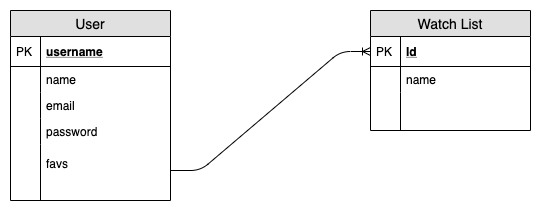
ferrancl/skylab-bootcamp-202001 keeps this draw.io diagram as staff/groups/ghibli-group/ghibli-app/documentation/images/ghibli-data-model.png. Above is the earlier version. Source tidied: cells renumbered, new cells last; positions are measured from the earlier drawing's top-left corner, leaving out a move shared by most shapes.
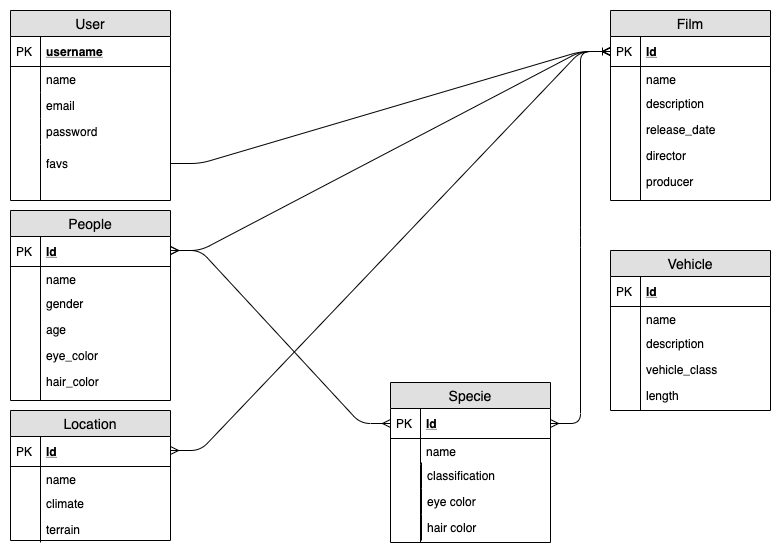
The same file after the commit.

Commit message:
modification data-model

What changed in the source:
```diff
@@ -41,8 +41,8 @@
     <mxCell id="14" style="shape=partialRectangle;top=0;left=0;bottom=0;fillColor=none;align=left;verticalAlign=top;spacingLeft=4;spacingRight=4;overflow=hidden;fontSize=12;" parent="13" vertex="1">
       <mxGeometry width="30" height="26" as="geometry" />
     </mxCell>
-    <mxCell id="15" value="Watch List" style="swimlane;fontStyle=0;horizontal=1;startSize=26;fillColor=#e0e0e0;swimlaneFillColor=#ffffff;align=center;fontSize=14;" parent="1" vertex="1">
-      <mxGeometry x="360" width="160" height="120" as="geometry" />
+    <mxCell id="15" value="Film" style="swimlane;fontStyle=0;horizontal=1;startSize=26;fillColor=#e0e0e0;swimlaneFillColor=#ffffff;align=center;fontSize=14;" parent="1" vertex="1">
+      <mxGeometry x="600" width="160" height="190" as="geometry" />
     </mxCell>
     <mxCell id="16" value="Id" style="shape=partialRectangle;top=0;left=0;right=0;bottom=1;align=left;verticalAlign=middle;fillColor=none;spacingLeft=34;spacingRight=4;overflow=hidden;points=[[0,0.5],[1,0.5]];portConstraint=eastwest;fontStyle=5;fontSize=12;" parent="15" vertex="1">
       <mxGeometry y="26" width="160" height="30" as="geometry" />
@@ -57,15 +57,211 @@
       <mxGeometry width="30" height="26" as="geometry" />
     </mxCell>
     <mxCell id="20" style="shape=partialRectangle;top=0;left=0;right=0;bottom=0;align=left;verticalAlign=top;fillColor=none;spacingLeft=34;spacingRight=4;overflow=hidden;fontSize=12;" parent="15" vertex="1">
-      <mxGeometry y="82" width="160" height="38" as="geometry" />
+      <mxGeometry y="82" width="160" height="108" as="geometry" />
     </mxCell>
     <mxCell id="21" style="shape=partialRectangle;top=0;left=0;bottom=0;fillColor=none;align=left;verticalAlign=top;spacingLeft=4;spacingRight=4;overflow=hidden;fontSize=12;" parent="20" vertex="1">
-      <mxGeometry width="30" height="38" as="geometry" />
+      <mxGeometry width="30" height="108" as="geometry" />
     </mxCell>
-    <mxCell id="22" style="edgeStyle=entityRelationEdgeStyle;fontSize=12;html=1;endArrow=ERoneToMany;entryX=0;entryY=0.5;entryDx=0;entryDy=0;" parent="1" edge="1" target="16">
-      <mxGeometry relative="1" as="geometry">
-        <mxPoint x="160" y="160" as="sourcePoint" />
-      </mxGeometry>
+    <mxCell id="22" style="edgeStyle=entityRelationEdgeStyle;fontSize=12;html=1;endArrow=ERoneToMany;entryX=0;entryY=0.5;entryDx=0;entryDy=0;exitX=1;exitY=0.5;exitDx=0;exitDy=0;" parent="1" edge="1" source="13" target="16">
+      <mxGeometry relative="1" as="geometry" />
     </mxCell>
+    <mxCell id="23" value="description&#10;" style="shape=partialRectangle;top=0;left=0;right=0;bottom=0;align=left;verticalAlign=top;fillColor=none;spacingLeft=34;spacingRight=4;overflow=hidden;fontSize=12;" parent="1" vertex="1">
+      <mxGeometry x="600" y="80" width="160" height="26" as="geometry" />
+    </mxCell>
+    <mxCell id="24" style="shape=partialRectangle;top=0;left=0;bottom=0;fillColor=none;align=left;verticalAlign=top;spacingLeft=4;spacingRight=4;overflow=hidden;fontSize=12;" parent="23" vertex="1">
+      <mxGeometry width="30" height="26" as="geometry" />
+    </mxCell>
+    <mxCell id="25" value="release_date" style="shape=partialRectangle;top=0;left=0;right=0;bottom=0;align=left;verticalAlign=top;fillColor=none;spacingLeft=34;spacingRight=4;overflow=hidden;fontSize=12;" parent="1" vertex="1">
+      <mxGeometry x="600" y="106" width="160" height="26" as="geometry" />
+    </mxCell>
+    <mxCell id="26" style="shape=partialRectangle;top=0;left=0;bottom=0;fillColor=none;align=left;verticalAlign=top;spacingLeft=4;spacingRight=4;overflow=hidden;fontSize=12;" parent="25" vertex="1">
+      <mxGeometry width="30" height="26" as="geometry" />
+    </mxCell>
+    <mxCell id="27" value="director" style="shape=partialRectangle;top=0;left=0;right=0;bottom=0;align=left;verticalAlign=top;fillColor=none;spacingLeft=34;spacingRight=4;overflow=hidden;fontSize=12;" parent="1" vertex="1">
+      <mxGeometry x="600" y="132" width="160" height="26" as="geometry" />
+    </mxCell>
+    <mxCell id="28" style="shape=partialRectangle;top=0;left=0;bottom=0;fillColor=none;align=left;verticalAlign=top;spacingLeft=4;spacingRight=4;overflow=hidden;fontSize=12;" parent="27" vertex="1">
+      <mxGeometry width="30" height="26" as="geometry" />
+    </mxCell>
+    <mxCell id="29" value="producer" style="shape=partialRectangle;top=0;left=0;right=0;bottom=0;align=left;verticalAlign=top;fillColor=none;spacingLeft=34;spacingRight=4;overflow=hidden;fontSize=12;" parent="1" vertex="1">
+      <mxGeometry x="600" y="158" width="160" height="26" as="geometry" />
+    </mxCell>
+    <mxCell id="30" style="shape=partialRectangle;top=0;left=0;bottom=0;fillColor=none;align=left;verticalAlign=top;spacingLeft=4;spacingRight=4;overflow=hidden;fontSize=12;" parent="29" vertex="1">
+      <mxGeometry width="30" height="26" as="geometry" />
+    </mxCell>
+    <mxCell id="31" value="People" style="swimlane;fontStyle=0;horizontal=1;startSize=26;fillColor=#e0e0e0;swimlaneFillColor=#ffffff;align=center;fontSize=14;" parent="1" vertex="1">
+      <mxGeometry y="200" width="160" height="190" as="geometry" />
+    </mxCell>
+    <mxCell id="32" value="Id" style="shape=partialRectangle;top=0;left=0;right=0;bottom=1;align=left;verticalAlign=middle;fillColor=none;spacingLeft=34;spacingRight=4;overflow=hidden;fontStyle=5;fontSize=12;" parent="31" vertex="1">
+      <mxGeometry y="26" width="160" height="30" as="geometry" />
+    </mxCell>
+    <mxCell id="33" value="PK" style="shape=partialRectangle;top=0;left=0;bottom=0;fillColor=none;align=left;verticalAlign=middle;spacingLeft=4;spacingRight=4;overflow=hidden;fontSize=12;" parent="32" vertex="1">
+      <mxGeometry width="30" height="30" as="geometry" />
+    </mxCell>
+    <mxCell id="34" value="name" style="shape=partialRectangle;top=0;left=0;right=0;bottom=0;align=left;verticalAlign=top;fillColor=none;spacingLeft=34;spacingRight=4;overflow=hidden;fontSize=12;" parent="31" vertex="1">
+      <mxGeometry y="56" width="160" height="26" as="geometry" />
+    </mxCell>
+    <mxCell id="35" style="shape=partialRectangle;top=0;left=0;bottom=0;fillColor=none;align=left;verticalAlign=top;spacingLeft=4;spacingRight=4;overflow=hidden;fontSize=12;" parent="34" vertex="1">
+      <mxGeometry width="30" height="26" as="geometry" />
+    </mxCell>
+    <mxCell id="36" style="shape=partialRectangle;top=0;left=0;right=0;bottom=0;align=left;verticalAlign=top;fillColor=none;spacingLeft=34;spacingRight=4;overflow=hidden;fontSize=12;" parent="31" vertex="1">
+      <mxGeometry y="82" width="160" height="108" as="geometry" />
+    </mxCell>
+    <mxCell id="37" style="shape=partialRectangle;top=0;left=0;bottom=0;fillColor=none;align=left;verticalAlign=top;spacingLeft=4;spacingRight=4;overflow=hidden;fontSize=12;" parent="36" vertex="1">
+      <mxGeometry width="30" height="108" as="geometry" />
+    </mxCell>
+    <mxCell id="38" value="gender" style="shape=partialRectangle;top=0;left=0;right=0;bottom=0;align=left;verticalAlign=top;fillColor=none;spacingLeft=34;spacingRight=4;overflow=hidden;fontSize=12;" parent="1" vertex="1">
+      <mxGeometry y="280" width="160" height="26" as="geometry" />
+    </mxCell>
+    <mxCell id="39" style="shape=partialRectangle;top=0;left=0;bottom=0;fillColor=none;align=left;verticalAlign=top;spacingLeft=4;spacingRight=4;overflow=hidden;fontSize=12;" parent="38" vertex="1">
+      <mxGeometry width="30" height="26" as="geometry" />
+    </mxCell>
+    <mxCell id="40" value="age" style="shape=partialRectangle;top=0;left=0;right=0;bottom=0;align=left;verticalAlign=top;fillColor=none;spacingLeft=34;spacingRight=4;overflow=hidden;fontSize=12;" parent="1" vertex="1">
+      <mxGeometry y="306" width="160" height="26" as="geometry" />
+    </mxCell>
+    <mxCell id="41" style="shape=partialRectangle;top=0;left=0;bottom=0;fillColor=none;align=left;verticalAlign=top;spacingLeft=4;spacingRight=4;overflow=hidden;fontSize=12;" parent="40" vertex="1">
+      <mxGeometry width="30" height="26" as="geometry" />
+    </mxCell>
+    <mxCell id="42" value="eye_color" style="shape=partialRectangle;top=0;left=0;right=0;bottom=0;align=left;verticalAlign=top;fillColor=none;spacingLeft=34;spacingRight=4;overflow=hidden;fontSize=12;" parent="1" vertex="1">
+      <mxGeometry y="332" width="160" height="26" as="geometry" />
+    </mxCell>
+    <mxCell id="43" style="shape=partialRectangle;top=0;left=0;bottom=0;fillColor=none;align=left;verticalAlign=top;spacingLeft=4;spacingRight=4;overflow=hidden;fontSize=12;" parent="42" vertex="1">
+      <mxGeometry width="30" height="26" as="geometry" />
+    </mxCell>
+    <mxCell id="44" value="hair_color" style="shape=partialRectangle;top=0;left=0;right=0;bottom=0;align=left;verticalAlign=top;fillColor=none;spacingLeft=34;spacingRight=4;overflow=hidden;fontSize=12;" parent="1" vertex="1">
+      <mxGeometry y="358" width="160" height="26" as="geometry" />
+    </mxCell>
+    <mxCell id="45" style="shape=partialRectangle;top=0;left=0;bottom=0;fillColor=none;align=left;verticalAlign=top;spacingLeft=4;spacingRight=4;overflow=hidden;fontSize=12;" parent="44" vertex="1">
+      <mxGeometry width="30" height="26" as="geometry" />
+    </mxCell>
+    <mxCell id="46" style="edgeStyle=entityRelationEdgeStyle;fontSize=12;html=1;endArrow=ERmany;startArrow=ERmany;entryX=0;entryY=0.5;entryDx=0;entryDy=0;" parent="1" edge="1" target="16">
+      <mxGeometry relative="1" as="geometry">
+        <mxPoint x="160" y="240" as="sourcePoint" />
+      </mxGeometry>
+    </mxCell>
+    <mxCell id="47" value="Location" style="swimlane;fontStyle=0;horizontal=1;startSize=26;fillColor=#e0e0e0;swimlaneFillColor=#ffffff;align=center;fontSize=14;" parent="1" vertex="1">
+      <mxGeometry y="400" width="160" height="130" as="geometry" />
+    </mxCell>
+    <mxCell id="48" value="Id" style="shape=partialRectangle;top=0;left=0;right=0;bottom=1;align=left;verticalAlign=middle;fillColor=none;spacingLeft=34;spacingRight=4;overflow=hidden;fontStyle=5;fontSize=12;" parent="47" vertex="1">
+      <mxGeometry y="26" width="160" height="30" as="geometry" />
+    </mxCell>
+    <mxCell id="49" value="PK" style="shape=partialRectangle;top=0;left=0;bottom=0;fillColor=none;align=left;verticalAlign=middle;spacingLeft=4;spacingRight=4;overflow=hidden;fontSize=12;" parent="48" vertex="1">
+      <mxGeometry width="30" height="30" as="geometry" />
+    </mxCell>
+    <mxCell id="50" value="name" style="shape=partialRectangle;top=0;left=0;right=0;bottom=0;align=left;verticalAlign=top;fillColor=none;spacingLeft=34;spacingRight=4;overflow=hidden;fontSize=12;" parent="47" vertex="1">
+      <mxGeometry y="56" width="160" height="26" as="geometry" />
+    </mxCell>
+    <mxCell id="51" style="shape=partialRectangle;top=0;left=0;bottom=0;fillColor=none;align=left;verticalAlign=top;spacingLeft=4;spacingRight=4;overflow=hidden;fontSize=12;" parent="50" vertex="1">
+      <mxGeometry width="30" height="26" as="geometry" />
+    </mxCell>
+    <mxCell id="52" style="shape=partialRectangle;top=0;left=0;right=0;bottom=0;align=left;verticalAlign=top;fillColor=none;spacingLeft=34;spacingRight=4;overflow=hidden;fontSize=12;" parent="47" vertex="1">
+      <mxGeometry y="82" width="160" height="48" as="geometry" />
+    </mxCell>
+    <mxCell id="53" style="shape=partialRectangle;top=0;left=0;bottom=0;fillColor=none;align=left;verticalAlign=top;spacingLeft=4;spacingRight=4;overflow=hidden;fontSize=12;" parent="52" vertex="1">
+      <mxGeometry width="30" height="48" as="geometry" />
+    </mxCell>
+    <mxCell id="54" value="climate" style="shape=partialRectangle;top=0;left=0;right=0;bottom=0;align=left;verticalAlign=top;fillColor=none;spacingLeft=34;spacingRight=4;overflow=hidden;fontSize=12;" parent="1" vertex="1">
+      <mxGeometry y="480" width="160" height="26" as="geometry" />
+    </mxCell>
+    <mxCell id="55" style="shape=partialRectangle;top=0;left=0;bottom=0;fillColor=none;align=left;verticalAlign=top;spacingLeft=4;spacingRight=4;overflow=hidden;fontSize=12;" parent="54" vertex="1">
+      <mxGeometry width="30" height="26" as="geometry" />
+    </mxCell>
+    <mxCell id="56" value="terrain" style="shape=partialRectangle;top=0;left=0;right=0;bottom=0;align=left;verticalAlign=top;fillColor=none;spacingLeft=34;spacingRight=4;overflow=hidden;fontSize=12;" parent="1" vertex="1">
+      <mxGeometry y="506" width="160" height="26" as="geometry" />
+    </mxCell>
+    <mxCell id="57" style="shape=partialRectangle;top=0;left=0;bottom=0;fillColor=none;align=left;verticalAlign=top;spacingLeft=4;spacingRight=4;overflow=hidden;fontSize=12;" parent="56" vertex="1">
+      <mxGeometry width="30" height="26" as="geometry" />
+    </mxCell>
+    <mxCell id="58" style="edgeStyle=entityRelationEdgeStyle;fontSize=12;html=1;endArrow=ERmany;startArrow=ERmany;entryX=0;entryY=0.5;entryDx=0;entryDy=0;" parent="1" edge="1" target="16">
+      <mxGeometry relative="1" as="geometry">
+        <mxPoint x="160" y="440" as="sourcePoint" />
+      </mxGeometry>
+    </mxCell>
+    <mxCell id="59" value="Specie" style="swimlane;fontStyle=0;horizontal=1;startSize=26;fillColor=#e0e0e0;swimlaneFillColor=#ffffff;align=center;fontSize=14;" parent="1" vertex="1">
+      <mxGeometry x="380" y="372" width="160" height="160" as="geometry" />
+    </mxCell>
+    <mxCell id="60" value="Id" style="shape=partialRectangle;top=0;left=0;right=0;bottom=1;align=left;verticalAlign=middle;fillColor=none;spacingLeft=34;spacingRight=4;overflow=hidden;points=[[0,0.5],[1,0.5]];portConstraint=eastwest;fontStyle=5;fontSize=12;" parent="59" vertex="1">
+      <mxGeometry y="26" width="160" height="30" as="geometry" />
+    </mxCell>
+    <mxCell id="61" value="PK" style="shape=partialRectangle;top=0;left=0;bottom=0;fillColor=none;align=left;verticalAlign=middle;spacingLeft=4;spacingRight=4;overflow=hidden;fontSize=12;" parent="60" vertex="1">
+      <mxGeometry width="30" height="30" as="geometry" />
+    </mxCell>
+    <mxCell id="62" value="name" style="shape=partialRectangle;top=0;left=0;right=0;bottom=0;align=left;verticalAlign=top;fillColor=none;spacingLeft=34;spacingRight=4;overflow=hidden;fontSize=12;" parent="59" vertex="1">
+      <mxGeometry y="56" width="160" height="26" as="geometry" />
+    </mxCell>
+    <mxCell id="63" style="shape=partialRectangle;top=0;left=0;bottom=0;fillColor=none;align=left;verticalAlign=top;spacingLeft=4;spacingRight=4;overflow=hidden;fontSize=12;" parent="62" vertex="1">
+      <mxGeometry width="30" height="26" as="geometry" />
+    </mxCell>
+    <mxCell id="64" style="shape=partialRectangle;top=0;left=0;right=0;bottom=0;align=left;verticalAlign=top;fillColor=none;spacingLeft=34;spacingRight=4;overflow=hidden;fontSize=12;" parent="59" vertex="1">
+      <mxGeometry y="82" width="160" height="78" as="geometry" />
+    </mxCell>
+    <mxCell id="65" style="shape=partialRectangle;top=0;left=0;bottom=0;fillColor=none;align=left;verticalAlign=top;spacingLeft=4;spacingRight=4;overflow=hidden;fontSize=12;" parent="64" vertex="1">
+      <mxGeometry width="30" height="78" as="geometry" />
+    </mxCell>
+    <mxCell id="66" value="classification" style="shape=partialRectangle;top=0;left=0;right=0;bottom=0;align=left;verticalAlign=top;fillColor=none;spacingLeft=34;spacingRight=4;overflow=hidden;fontSize=12;" parent="1" vertex="1">
+      <mxGeometry x="381" y="452" width="160" height="26" as="geometry" />
+    </mxCell>
+    <mxCell id="67" style="shape=partialRectangle;top=0;left=0;bottom=0;fillColor=none;align=left;verticalAlign=top;spacingLeft=4;spacingRight=4;overflow=hidden;fontSize=12;" parent="66" vertex="1">
+      <mxGeometry width="30" height="26" as="geometry" />
+    </mxCell>
+    <mxCell id="68" value="eye color" style="shape=partialRectangle;top=0;left=0;right=0;bottom=0;align=left;verticalAlign=top;fillColor=none;spacingLeft=34;spacingRight=4;overflow=hidden;fontSize=12;" parent="1" vertex="1">
+      <mxGeometry x="381" y="478" width="160" height="26" as="geometry" />
+    </mxCell>
+    <mxCell id="69" style="shape=partialRectangle;top=0;left=0;bottom=0;fillColor=none;align=left;verticalAlign=top;spacingLeft=4;spacingRight=4;overflow=hidden;fontSize=12;" parent="68" vertex="1">
+      <mxGeometry width="30" height="26" as="geometry" />
+    </mxCell>
+    <mxCell id="70" value="hair color" style="shape=partialRectangle;top=0;left=0;right=0;bottom=0;align=left;verticalAlign=top;fillColor=none;spacingLeft=34;spacingRight=4;overflow=hidden;fontSize=12;" parent="1" vertex="1">
+      <mxGeometry x="381" y="504" width="160" height="26" as="geometry" />
+    </mxCell>
+    <mxCell id="71" style="shape=partialRectangle;top=0;left=0;bottom=0;fillColor=none;align=left;verticalAlign=top;spacingLeft=4;spacingRight=4;overflow=hidden;fontSize=12;" parent="70" vertex="1">
+      <mxGeometry width="30" height="26" as="geometry" />
+    </mxCell>
+    <mxCell id="72" style="edgeStyle=entityRelationEdgeStyle;fontSize=12;html=1;endArrow=ERmany;startArrow=ERmany;entryX=0;entryY=0.5;entryDx=0;entryDy=0;" parent="1" edge="1" target="60">
+      <mxGeometry relative="1" as="geometry">
+        <mxPoint x="160" y="240" as="sourcePoint" />
+      </mxGeometry>
+    </mxCell>
+    <mxCell id="73" style="edgeStyle=entityRelationEdgeStyle;fontSize=12;html=1;endArrow=ERmany;startArrow=ERmany;entryX=0;entryY=0.5;entryDx=0;entryDy=0;" parent="1" edge="1" source="60" target="16">
+      <mxGeometry relative="1" as="geometry" />
+    </mxCell>
+    <mxCell id="74" value="Vehicle" style="swimlane;fontStyle=0;horizontal=1;startSize=26;fillColor=#e0e0e0;swimlaneFillColor=#ffffff;align=center;fontSize=14;" parent="1" vertex="1">
+      <mxGeometry x="600" y="240" width="160" height="160" as="geometry" />
+    </mxCell>
+    <mxCell id="75" value="Id" style="shape=partialRectangle;top=0;left=0;right=0;bottom=1;align=left;verticalAlign=middle;fillColor=none;spacingLeft=34;spacingRight=4;overflow=hidden;fontStyle=5;fontSize=12;" parent="74" vertex="1">
+      <mxGeometry y="26" width="160" height="30" as="geometry" />
+    </mxCell>
+    <mxCell id="76" value="PK" style="shape=partialRectangle;top=0;left=0;bottom=0;fillColor=none;align=left;verticalAlign=middle;spacingLeft=4;spacingRight=4;overflow=hidden;fontSize=12;" parent="75" vertex="1">
+      <mxGeometry width="30" height="30" as="geometry" />
+    </mxCell>
+    <mxCell id="77" value="name" style="shape=partialRectangle;top=0;left=0;right=0;bottom=0;align=left;verticalAlign=top;fillColor=none;spacingLeft=34;spacingRight=4;overflow=hidden;fontSize=12;" parent="74" vertex="1">
+      <mxGeometry y="56" width="160" height="26" as="geometry" />
+    </mxCell>
+    <mxCell id="78" style="shape=partialRectangle;top=0;left=0;bottom=0;fillColor=none;align=left;verticalAlign=top;spacingLeft=4;spacingRight=4;overflow=hidden;fontSize=12;" parent="77" vertex="1">
+      <mxGeometry width="30" height="26" as="geometry" />
+    </mxCell>
+    <mxCell id="79" style="shape=partialRectangle;top=0;left=0;right=0;bottom=0;align=left;verticalAlign=top;fillColor=none;spacingLeft=34;spacingRight=4;overflow=hidden;fontSize=12;" parent="74" vertex="1">
+      <mxGeometry y="82" width="160" height="78" as="geometry" />
+    </mxCell>
+    <mxCell id="80" style="shape=partialRectangle;top=0;left=0;bottom=0;fillColor=none;align=left;verticalAlign=top;spacingLeft=4;spacingRight=4;overflow=hidden;fontSize=12;" parent="79" vertex="1">
+      <mxGeometry width="30" height="78" as="geometry" />
+    </mxCell>
+    <mxCell id="81" value="description&#10;" style="shape=partialRectangle;top=0;left=0;right=0;bottom=0;align=left;verticalAlign=top;fillColor=none;spacingLeft=34;spacingRight=4;overflow=hidden;fontSize=12;" parent="1" vertex="1">
+      <mxGeometry x="600" y="320" width="160" height="26" as="geometry" />
+    </mxCell>
+    <mxCell id="82" style="shape=partialRectangle;top=0;left=0;bottom=0;fillColor=none;align=left;verticalAlign=top;spacingLeft=4;spacingRight=4;overflow=hidden;fontSize=12;" parent="81" vertex="1">
+      <mxGeometry width="30" height="26" as="geometry" />
+    </mxCell>
+    <mxCell id="83" value="vehicle_class" style="shape=partialRectangle;top=0;left=0;right=0;bottom=0;align=left;verticalAlign=top;fillColor=none;spacingLeft=34;spacingRight=4;overflow=hidden;fontSize=12;" parent="1" vertex="1">
+      <mxGeometry x="600" y="346" width="160" height="26" as="geometry" />
+    </mxCell>
+    <mxCell id="84" style="shape=partialRectangle;top=0;left=0;bottom=0;fillColor=none;align=left;verticalAlign=top;spacingLeft=4;spacingRight=4;overflow=hidden;fontSize=12;" parent="83" vertex="1">
+      <mxGeometry width="30" height="26" as="geometry" />
+    </mxCell>
+    <mxCell id="85" value="length" style="shape=partialRectangle;top=0;left=0;right=0;bottom=0;align=left;verticalAlign=top;fillColor=none;spacingLeft=34;spacingRight=4;overflow=hidden;fontSize=12;" parent="1" vertex="1">
+      <mxGeometry x="600" y="372" width="160" height="26" as="geometry" />
+    </mxCell>
+    <mxCell id="86" style="shape=partialRectangle;top=0;left=0;bottom=0;fillColor=none;align=left;verticalAlign=top;spacingLeft=4;spacingRight=4;overflow=hidden;fontSize=12;" parent="85" vertex="1">
+      <mxGeometry width="30" height="26" as="geometry" />
+    </mxCell>
   </root>
 </mxGraphModel>
```
